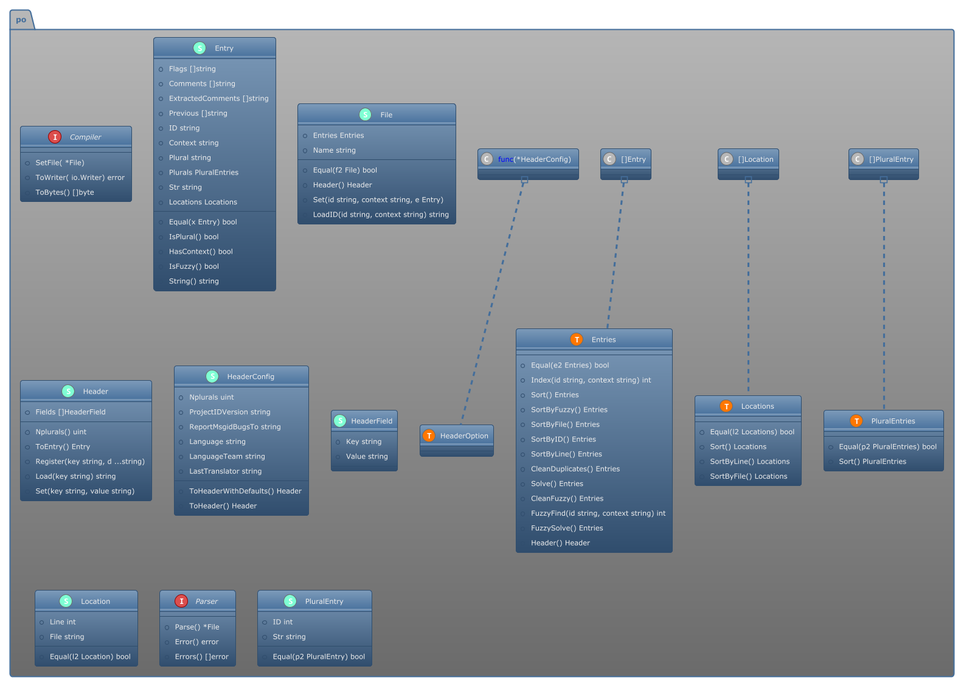
Above: pkg/po/structure.png in Tom5521/gotext-tools (PlantUML), before the change.
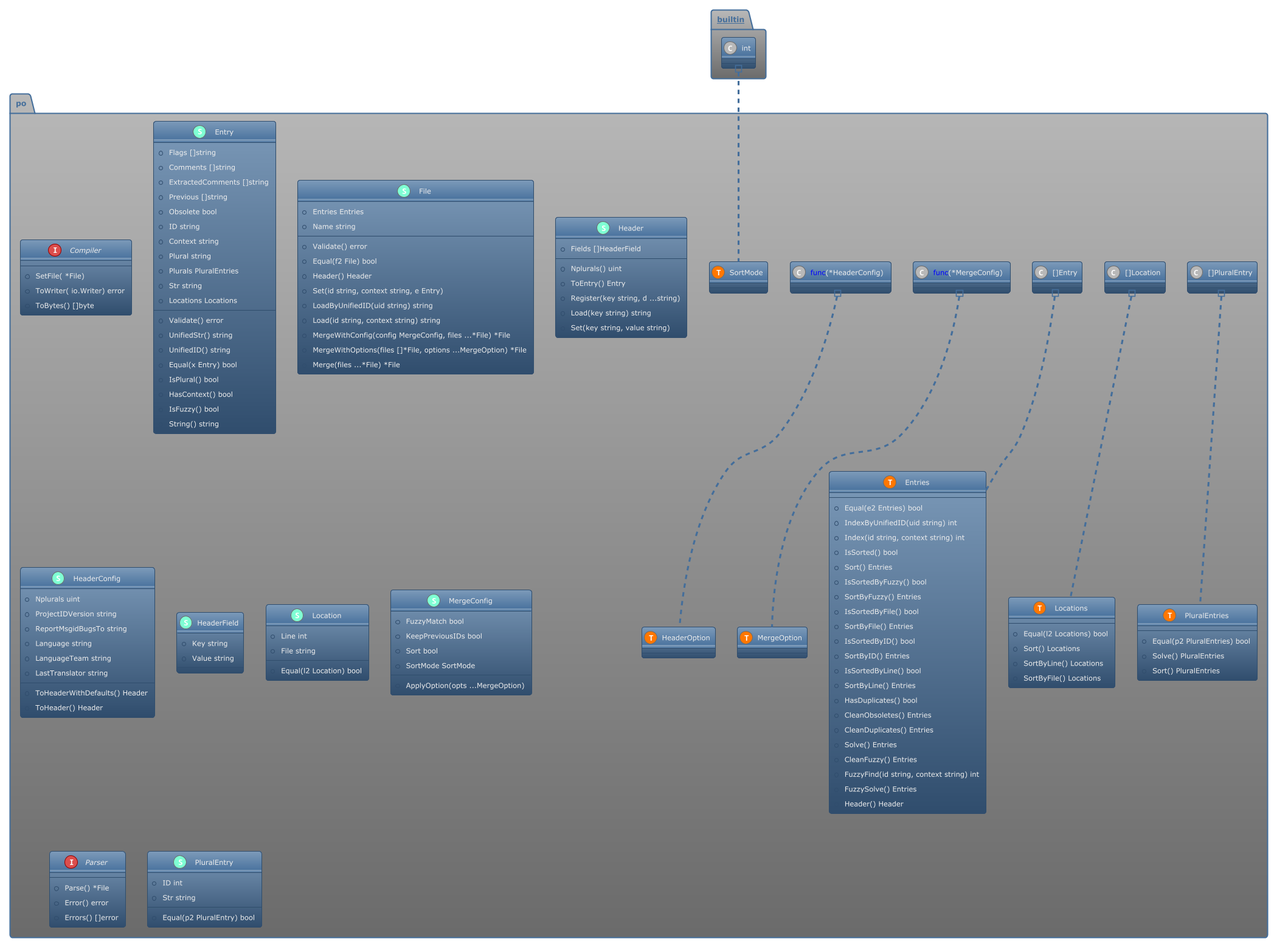
Later version of the same file.

The edit, as a diff of the source:
```diff
@@ -9,12 +9,20 @@
     }
     class Entries << (S,Aquamarine) >> {
         + Equal(e2 Entries) bool
+        + IndexByUnifiedID(uid string) int
         + Index(id string, context string) int
+        + IsSorted() bool
         + Sort() Entries
+        + IsSortedByFuzzy() bool
         + SortByFuzzy() Entries
+        + IsSortedByFile() bool
         + SortByFile() Entries
+        + IsSortedByID() bool
         + SortByID() Entries
+        + IsSortedByLine() bool
         + SortByLine() Entries
+        + HasDuplicates() bool
+        + CleanObsoletes() Entries
         + CleanDuplicates() Entries
         + Solve() Entries
         + CleanFuzzy() Entries
@@ -28,6 +36,7 @@
         + Comments []string
         + ExtractedComments []string
         + Previous []string
+        + Obsolete bool
         + ID string
         + Context string
         + Plural string
@@ -35,6 +44,9 @@
         + Str string
         + Locations Locations
 
+        + Validate() error
+        + UnifiedStr() string
+        + UnifiedID() string
         + Equal(x Entry) bool
         + IsPlural() bool
         + HasContext() bool
@@ -46,10 +58,15 @@
         + Entries Entries
         + Name string
 
+        + Validate() error
         + Equal(f2 File) bool
         + Header() Header
         + Set(id string, context string, e Entry)
-        + LoadID(id string, context string) string
+        + LoadByUnifiedID(uid string) string
+        + Load(id string, context string) string
+        + MergeWithConfig(config MergeConfig, files ...*File) *File
+        + MergeWithOptions(files []*File, options ...MergeOption) *File
+        + Merge(files ...*File) *File
 
     }
     class Header << (S,Aquamarine) >> {
@@ -93,6 +110,15 @@
         + SortByFile() Locations
 
     }
+    class MergeConfig << (S,Aquamarine) >> {
+        + FuzzyMatch bool
+        + KeepPreviousIDs bool
+        + Sort bool
+        + SortMode SortMode
+
+        + ApplyOption(opts ...MergeOption)
+
+    }
     interface Parser  {
         + Parse() *File
         + Error() error
@@ -101,6 +127,7 @@
     }
     class PluralEntries << (S,Aquamarine) >> {
         + Equal(p2 PluralEntries) bool
+        + Solve() PluralEntries
         + Sort() PluralEntries
 
     }
@@ -117,12 +144,18 @@
     }
     class po.Locations << (T, #FF7700) >>  {
     }
+    class po.MergeOption << (T, #FF7700) >>  {
+    }
     class po.PluralEntries << (T, #FF7700) >>  {
+    }
+    class po.SortMode << (T, #FF7700) >>  {
     }
 }
 
 
+"__builtin__.int" #.. "po.SortMode"
 "po.<font color=blue>func</font>(*HeaderConfig) " #.. "po.HeaderOption"
+"po.<font color=blue>func</font>(*MergeConfig) " #.. "po.MergeOption"
 "po.[]Entry" #.. "po.Entries"
 "po.[]Location" #.. "po.Locations"
 "po.[]PluralEntry" #.. "po.PluralEntries"
```
